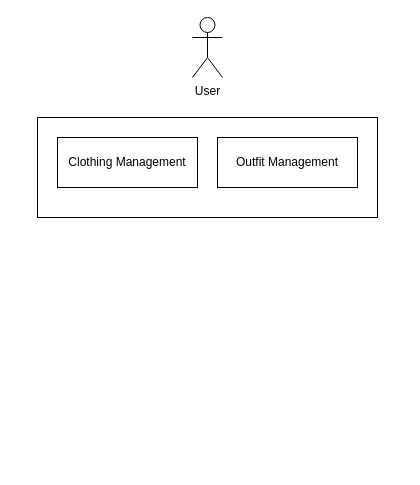
Before: page "Page-2" (2 of 2) of sort.drawio in huangshijie/Drawio, a draw.io diagram. Source tidied: cells renumbered, new cells numbered last; positions are measured from the earlier drawing's top-left corner, leaving out a move shared by most shapes. Both pictures are drawn from the tidied source at 100%, with x=0, y=0 at pixel (37, 17).
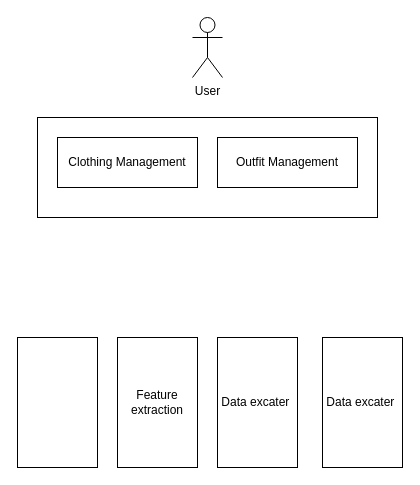
Above is the later version.

Diff of the diagram source:
```diff
@@
 <mxGraphModel>
   <root>
     <mxCell id="0" />
     <mxCell id="1" parent="0" />
     <mxCell id="2" style="rounded=0;whiteSpace=wrap;html=1;" parent="1" vertex="1">
       <mxGeometry y="100" width="340" height="100" as="geometry" />
     </mxCell>
     <mxCell id="3" value="Clothing Management" style="rounded=0;whiteSpace=wrap;html=1;" parent="1" vertex="1">
       <mxGeometry x="20" y="120" width="140" height="50" as="geometry" />
     </mxCell>
     <mxCell id="4" value="Outfit Management" style="rounded=0;whiteSpace=wrap;html=1;" parent="1" vertex="1">
       <mxGeometry x="180" y="120" width="140" height="50" as="geometry" />
     </mxCell>
     <mxCell id="5" value="User" style="shape=umlActor;verticalLabelPosition=bottom;verticalAlign=top;html=1;" parent="1" vertex="1">
       <mxGeometry x="155" width="30" height="60" as="geometry" />
     </mxCell>
+    <mxCell id="6" style="rounded=0;whiteSpace=wrap;html=1;" parent="1" vertex="1">
+      <mxGeometry x="-20" y="320" width="80" height="130" as="geometry" />
+    </mxCell>
+    <mxCell id="7" value="Feature extraction" style="rounded=0;whiteSpace=wrap;html=1;" parent="1" vertex="1">
+      <mxGeometry x="80" y="320" width="80" height="130" as="geometry" />
+    </mxCell>
+    <mxCell id="8" value="Data excater&amp;nbsp;" style="rounded=0;whiteSpace=wrap;html=1;" parent="1" vertex="1">
+      <mxGeometry x="180" y="320" width="80" height="130" as="geometry" />
+    </mxCell>
+    <mxCell id="9" value="Data excater&amp;nbsp;" style="rounded=0;whiteSpace=wrap;html=1;" parent="1" vertex="1">
+      <mxGeometry x="285" y="320" width="80" height="130" as="geometry" />
+    </mxCell>
   </root>
 </mxGraphModel>
```
